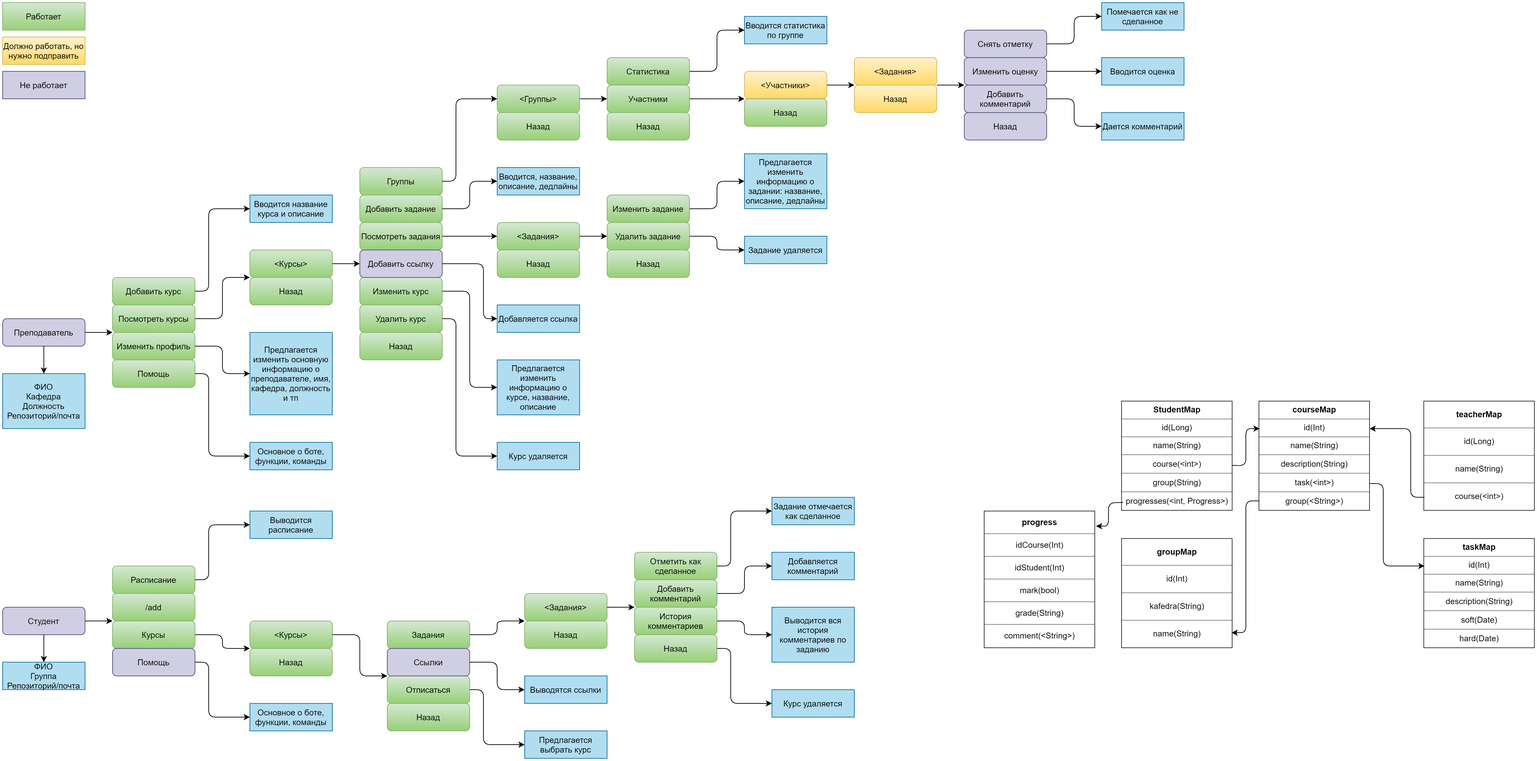
This is Diagram.png from AtmirKetbiev/DiaryBot, a draw.io export, as it was before one commit. Source tidied: cells renumbered, new cells last; positions are measured from the earlier drawing's top-left corner, leaving out a move shared by most shapes.
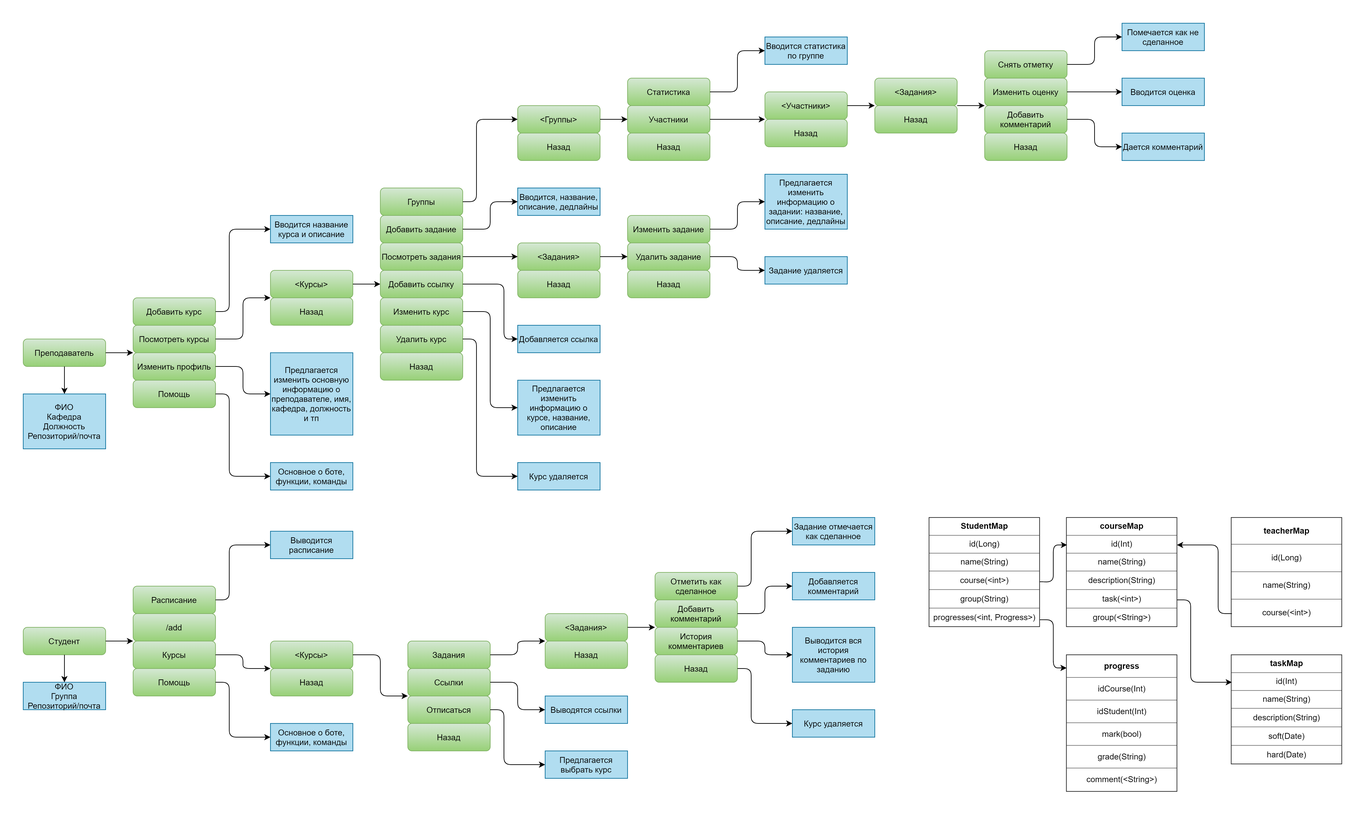
After the change.

The edit, as a diff of the source:
```diff
@@ -2,7 +2,7 @@
   <root>
     <mxCell id="0" />
     <mxCell id="1" parent="0" />
-    <mxCell id="2" value="Преподаватель" style="rounded=1;whiteSpace=wrap;html=1;fillColor=#d0cee2;strokeColor=#56517e;" parent="1" vertex="1">
+    <mxCell id="2" value="Преподаватель" style="rounded=1;whiteSpace=wrap;html=1;fillColor=#d5e8d4;strokeColor=#82b366;gradientColor=#97d077;" parent="1" vertex="1">
       <mxGeometry y="460" width="120" height="40" as="geometry" />
     </mxCell>
     <mxCell id="3" value="Добавить курс" style="rounded=1;whiteSpace=wrap;html=1;fillColor=#d5e8d4;strokeColor=#82b366;gradientColor=#97d077;" parent="1" vertex="1">
@@ -122,25 +122,25 @@
     <mxCell id="33" value="Статистика" style="rounded=1;whiteSpace=wrap;html=1;fillColor=#d5e8d4;strokeColor=#82b366;gradientColor=#97d077;" parent="1" vertex="1">
       <mxGeometry x="880" y="80" width="120" height="40" as="geometry" />
     </mxCell>
-    <mxCell id="34" value="&amp;lt;Участники&amp;gt;" style="rounded=1;whiteSpace=wrap;html=1;fillColor=#fff2cc;strokeColor=#d6b656;gradientColor=#ffd966;" parent="1" vertex="1">
+    <mxCell id="34" value="&amp;lt;Участники&amp;gt;" style="rounded=1;whiteSpace=wrap;html=1;fillColor=#d5e8d4;strokeColor=#82b366;gradientColor=#97d077;" parent="1" vertex="1">
       <mxGeometry x="1080" y="100" width="120" height="40" as="geometry" />
     </mxCell>
     <mxCell id="35" value="Назад" style="rounded=1;whiteSpace=wrap;html=1;fillColor=#d5e8d4;strokeColor=#82b366;gradientColor=#97d077;" parent="1" vertex="1">
       <mxGeometry x="1080" y="140" width="120" height="40" as="geometry" />
     </mxCell>
-    <mxCell id="36" value="&amp;lt;Задания&amp;gt;" style="rounded=1;whiteSpace=wrap;html=1;fillColor=#fff2cc;strokeColor=#d6b656;gradientColor=#ffd966;" parent="1" vertex="1">
+    <mxCell id="36" value="&amp;lt;Задания&amp;gt;" style="rounded=1;whiteSpace=wrap;html=1;fillColor=#d5e8d4;strokeColor=#82b366;gradientColor=#97d077;" parent="1" vertex="1">
       <mxGeometry x="1240" y="80" width="120" height="40" as="geometry" />
     </mxCell>
-    <mxCell id="37" value="Назад" style="rounded=1;whiteSpace=wrap;html=1;fillColor=#fff2cc;strokeColor=#d6b656;gradientColor=#ffd966;" parent="1" vertex="1">
+    <mxCell id="37" value="Назад" style="rounded=1;whiteSpace=wrap;html=1;fillColor=#d5e8d4;strokeColor=#82b366;gradientColor=#97d077;" parent="1" vertex="1">
       <mxGeometry x="1240" y="120" width="120" height="40" as="geometry" />
     </mxCell>
-    <mxCell id="38" value="Изменить оценку" style="rounded=1;whiteSpace=wrap;html=1;fillColor=#d0cee2;strokeColor=#56517e;" parent="1" vertex="1">
+    <mxCell id="38" value="Изменить оценку" style="rounded=1;whiteSpace=wrap;html=1;fillColor=#d5e8d4;strokeColor=#82b366;gradientColor=#97d077;" parent="1" vertex="1">
       <mxGeometry x="1400" y="80" width="120" height="40" as="geometry" />
     </mxCell>
-    <mxCell id="39" value="Назад" style="rounded=1;whiteSpace=wrap;html=1;fillColor=#d0cee2;strokeColor=#56517e;" parent="1" vertex="1">
+    <mxCell id="39" value="Назад" style="rounded=1;whiteSpace=wrap;html=1;fillColor=#d5e8d4;strokeColor=#82b366;gradientColor=#97d077;" parent="1" vertex="1">
       <mxGeometry x="1400" y="160" width="120" height="40" as="geometry" />
     </mxCell>
-    <mxCell id="40" value="Добавить комментарий" style="rounded=1;whiteSpace=wrap;html=1;fillColor=#d0cee2;strokeColor=#56517e;" parent="1" vertex="1">
+    <mxCell id="40" value="Добавить комментарий" style="rounded=1;whiteSpace=wrap;html=1;fillColor=#d5e8d4;strokeColor=#82b366;gradientColor=#97d077;" parent="1" vertex="1">
       <mxGeometry x="1400" y="120" width="120" height="40" as="geometry" />
     </mxCell>
     <mxCell id="41" value="Вводится статистика по группе" style="rounded=0;whiteSpace=wrap;html=1;fillColor=#b1ddf0;strokeColor=#10739e;" parent="1" vertex="1">
@@ -249,10 +249,10 @@
         </Array>
       </mxGeometry>
     </mxCell>
-    <mxCell id="63" value="Студент" style="rounded=1;whiteSpace=wrap;html=1;fillColor=#d0cee2;strokeColor=#56517e;" parent="1" vertex="1">
+    <mxCell id="63" value="Студент" style="rounded=1;whiteSpace=wrap;html=1;fillColor=#d5e8d4;strokeColor=#82b366;gradientColor=#97d077;" parent="1" vertex="1">
       <mxGeometry y="880" width="120" height="40" as="geometry" />
     </mxCell>
-    <mxCell id="64" value="Добавить ссылку" style="rounded=1;whiteSpace=wrap;html=1;fillColor=#d0cee2;strokeColor=#56517e;" parent="1" vertex="1">
+    <mxCell id="64" value="Добавить ссылку" style="rounded=1;whiteSpace=wrap;html=1;fillColor=#d5e8d4;strokeColor=#82b366;gradientColor=#97d077;" parent="1" vertex="1">
       <mxGeometry x="520" y="360" width="120" height="40" as="geometry" />
     </mxCell>
     <mxCell id="65" value="ФИО&lt;br&gt;Кафедра&lt;br&gt;Должность&lt;br&gt;Репозиторий/почта" style="rounded=0;whiteSpace=wrap;html=1;fillColor=#b1ddf0;strokeColor=#10739e;" parent="1" vertex="1">
@@ -276,7 +276,7 @@
     <mxCell id="71" value="/add" style="rounded=1;whiteSpace=wrap;html=1;fillColor=#d5e8d4;strokeColor=#82b366;gradientColor=#97d077;" parent="1" vertex="1">
       <mxGeometry x="160" y="860" width="120" height="40" as="geometry" />
     </mxCell>
-    <mxCell id="72" value="Помощь" style="rounded=1;whiteSpace=wrap;html=1;fillColor=#d0cee2;strokeColor=#56517e;" parent="1" vertex="1">
+    <mxCell id="72" value="Помощь" style="rounded=1;whiteSpace=wrap;html=1;fillColor=#d5e8d4;strokeColor=#82b366;gradientColor=#97d077;" parent="1" vertex="1">
       <mxGeometry x="160" y="940" width="120" height="40" as="geometry" />
     </mxCell>
     <mxCell id="73" value="Выводится расписание" style="rounded=0;whiteSpace=wrap;html=1;fillColor=#b1ddf0;strokeColor=#10739e;" parent="1" vertex="1">
@@ -297,7 +297,7 @@
     <mxCell id="78" value="Назад" style="rounded=1;whiteSpace=wrap;html=1;fillColor=#d5e8d4;strokeColor=#82b366;gradientColor=#97d077;" parent="1" vertex="1">
       <mxGeometry x="560" y="1020" width="120" height="40" as="geometry" />
     </mxCell>
-    <mxCell id="79" value="Ссылки" style="rounded=1;whiteSpace=wrap;html=1;fontStyle=0;fillColor=#d0cee2;strokeColor=#56517e;" parent="1" vertex="1">
+    <mxCell id="79" value="Ссылки" style="rounded=1;whiteSpace=wrap;html=1;fontStyle=0;fillColor=#d5e8d4;strokeColor=#82b366;gradientColor=#97d077;" parent="1" vertex="1">
       <mxGeometry x="560" y="940" width="120" height="40" as="geometry" />
     </mxCell>
     <mxCell id="80" value="Основное о боте, функции, команды" style="rounded=0;whiteSpace=wrap;html=1;fillColor=#b1ddf0;strokeColor=#10739e;" parent="1" vertex="1">
@@ -404,7 +404,7 @@
     <mxCell id="101" value="Курс удаляется" style="rounded=0;whiteSpace=wrap;html=1;fillColor=#b1ddf0;strokeColor=#10739e;" parent="1" vertex="1">
       <mxGeometry x="1120" y="1000" width="120" height="40" as="geometry" />
     </mxCell>
-    <mxCell id="102" value="Снять отметку" style="rounded=1;whiteSpace=wrap;html=1;fillColor=#d0cee2;strokeColor=#56517e;" parent="1" vertex="1">
+    <mxCell id="102" value="Снять отметку" style="rounded=1;whiteSpace=wrap;html=1;fillColor=#d5e8d4;strokeColor=#82b366;gradientColor=#97d077;" parent="1" vertex="1">
       <mxGeometry x="1400" y="40" width="120" height="40" as="geometry" />
     </mxCell>
     <mxCell id="103" value="Помечается как не сделанное" style="rounded=0;whiteSpace=wrap;html=1;fillColor=#b1ddf0;strokeColor=#10739e;" parent="1" vertex="1">
@@ -464,70 +464,50 @@
         </Array>
       </mxGeometry>
     </mxCell>
-    <mxCell id="112" value="Работает" style="rounded=0;whiteSpace=wrap;html=1;gradientColor=#97d077;fillColor=#d5e8d4;strokeColor=#82b366;" parent="1" vertex="1">
-      <mxGeometry width="120" height="40" as="geometry" />
-    </mxCell>
-    <mxCell id="113" value="Должно работать, но нужно подправить" style="rounded=0;whiteSpace=wrap;html=1;gradientColor=#ffd966;fillColor=#fff2cc;strokeColor=#d6b656;" parent="1" vertex="1">
-      <mxGeometry y="50" width="120" height="40" as="geometry" />
-    </mxCell>
-    <mxCell id="114" value="Не работает" style="rounded=0;whiteSpace=wrap;html=1;fillColor=#d0cee2;strokeColor=#56517e;" parent="1" vertex="1">
-      <mxGeometry y="100" width="120" height="40" as="geometry" />
-    </mxCell>
     <mxCell id="115" value="&lt;table border=&quot;1&quot; width=&quot;100%&quot; cellpadding=&quot;4&quot; style=&quot;width: 100% ; height: 100% ; border-collapse: collapse&quot;&gt;&lt;tbody&gt;&lt;tr&gt;&lt;th align=&quot;center&quot;&gt;&lt;b style=&quot;white-space: normal&quot;&gt;teacherMap&lt;/b&gt;&lt;br&gt;&lt;/th&gt;&lt;/tr&gt;&lt;tr&gt;&lt;td align=&quot;center&quot;&gt;&lt;div style=&quot;white-space: normal&quot;&gt;id(Long)&lt;/div&gt;&lt;/td&gt;&lt;/tr&gt;&lt;tr&gt;&lt;td align=&quot;center&quot;&gt;&lt;div style=&quot;white-space: normal&quot;&gt;&lt;div&gt;name(String)&lt;/div&gt;&lt;/div&gt;&lt;/td&gt;&lt;/tr&gt;&lt;tr&gt;&lt;td&gt;&lt;span style=&quot;white-space: normal&quot;&gt;course(&amp;lt;int&amp;gt;)&lt;/span&gt;&lt;br&gt;&lt;/td&gt;&lt;/tr&gt;&lt;/tbody&gt;&lt;/table&gt;" style="text;html=1;strokeColor=none;fillColor=none;overflow=fill;align=center;" parent="1" vertex="1">
-      <mxGeometry x="2070" y="580" width="160" height="160" as="geometry" />
+      <mxGeometry x="1760" y="720" width="160" height="160" as="geometry" />
     </mxCell>
     <mxCell id="116" value="&lt;table border=&quot;1&quot; width=&quot;100%&quot; cellpadding=&quot;4&quot; style=&quot;width: 100% ; height: 100% ; border-collapse: collapse&quot;&gt;&lt;tbody&gt;&lt;tr&gt;&lt;th align=&quot;center&quot;&gt;&lt;b style=&quot;white-space: normal&quot;&gt;StudentMap&lt;/b&gt;&lt;/th&gt;&lt;/tr&gt;&lt;tr&gt;&lt;td align=&quot;center&quot;&gt;&lt;div style=&quot;white-space: normal&quot;&gt;id(Long)&lt;/div&gt;&lt;/td&gt;&lt;/tr&gt;&lt;tr&gt;&lt;td align=&quot;center&quot;&gt;&lt;div style=&quot;white-space: normal&quot;&gt;&lt;div&gt;name(String)&lt;/div&gt;&lt;/div&gt;&lt;/td&gt;&lt;/tr&gt;&lt;tr&gt;&lt;td&gt;&lt;div style=&quot;white-space: normal&quot;&gt;&lt;span&gt;course(&amp;lt;int&amp;gt;)&lt;/span&gt;&lt;br&gt;&lt;/div&gt;&lt;/td&gt;&lt;/tr&gt;&lt;tr&gt;&lt;td&gt;&lt;span style=&quot;white-space: normal&quot;&gt;group(String)&lt;/span&gt;&lt;/td&gt;&lt;/tr&gt;&lt;tr&gt;&lt;td&gt;&lt;span style=&quot;white-space: normal&quot;&gt;progresses(&amp;lt;int, Progress&amp;gt;)&lt;/span&gt;&lt;br&gt;&lt;/td&gt;&lt;/tr&gt;&lt;/tbody&gt;&lt;/table&gt;" style="text;html=1;strokeColor=none;fillColor=none;overflow=fill;align=center;" parent="1" vertex="1">
-      <mxGeometry x="1630" y="580" width="160" height="160" as="geometry" />
+      <mxGeometry x="1320" y="720" width="160" height="160" as="geometry" />
     </mxCell>
     <mxCell id="117" value="&lt;table border=&quot;1&quot; width=&quot;100%&quot; cellpadding=&quot;4&quot; style=&quot;width: 100% ; height: 100% ; border-collapse: collapse&quot;&gt;&lt;tbody&gt;&lt;tr&gt;&lt;th align=&quot;center&quot;&gt;&lt;b style=&quot;white-space: normal&quot;&gt;courseMap&lt;/b&gt;&lt;br&gt;&lt;/th&gt;&lt;/tr&gt;&lt;tr&gt;&lt;td align=&quot;center&quot;&gt;&lt;div style=&quot;white-space: normal&quot;&gt;id(Int)&lt;/div&gt;&lt;/td&gt;&lt;/tr&gt;&lt;tr&gt;&lt;td align=&quot;center&quot;&gt;&lt;div style=&quot;white-space: normal&quot;&gt;&lt;div&gt;name(String)&lt;/div&gt;&lt;/div&gt;&lt;/td&gt;&lt;/tr&gt;&lt;tr&gt;&lt;td&gt;&lt;div style=&quot;white-space: normal&quot;&gt;&lt;span style=&quot;white-space: nowrap&quot;&gt;description(String)&lt;/span&gt;&lt;/div&gt;&lt;/td&gt;&lt;/tr&gt;&lt;tr&gt;&lt;td&gt;&lt;span style=&quot;white-space: normal&quot;&gt;task(&amp;lt;int&amp;gt;)&lt;/span&gt;&lt;br style=&quot;white-space: normal&quot;&gt;&lt;/td&gt;&lt;/tr&gt;&lt;tr&gt;&lt;td&gt;&lt;span style=&quot;white-space: normal&quot;&gt;group(&amp;lt;String&amp;gt;)&lt;/span&gt;&lt;br&gt;&lt;/td&gt;&lt;/tr&gt;&lt;/tbody&gt;&lt;/table&gt;" style="text;html=1;strokeColor=none;fillColor=none;overflow=fill;align=center;" parent="1" vertex="1">
-      <mxGeometry x="1830" y="580" width="160" height="160" as="geometry" />
+      <mxGeometry x="1520" y="720" width="160" height="160" as="geometry" />
     </mxCell>
     <mxCell id="118" value="&lt;table border=&quot;1&quot; width=&quot;100%&quot; cellpadding=&quot;4&quot; style=&quot;width: 100% ; height: 100% ; border-collapse: collapse&quot;&gt;&lt;tbody&gt;&lt;tr&gt;&lt;th align=&quot;center&quot;&gt;&lt;b style=&quot;white-space: normal&quot;&gt;taskMap&lt;/b&gt;&lt;br&gt;&lt;/th&gt;&lt;/tr&gt;&lt;tr&gt;&lt;td align=&quot;center&quot;&gt;&lt;div style=&quot;white-space: normal&quot;&gt;id(Int)&lt;/div&gt;&lt;/td&gt;&lt;/tr&gt;&lt;tr&gt;&lt;td align=&quot;center&quot;&gt;&lt;div style=&quot;white-space: normal&quot;&gt;&lt;div&gt;name(String)&lt;/div&gt;&lt;/div&gt;&lt;/td&gt;&lt;/tr&gt;&lt;tr&gt;&lt;td&gt;&lt;div style=&quot;white-space: normal&quot;&gt;&lt;span style=&quot;white-space: nowrap&quot;&gt;description(String)&lt;/span&gt;&lt;/div&gt;&lt;/td&gt;&lt;/tr&gt;&lt;tr&gt;&lt;td&gt;&lt;span style=&quot;white-space: normal&quot;&gt;soft(Date)&lt;/span&gt;&lt;br style=&quot;white-space: normal&quot;&gt;&lt;/td&gt;&lt;/tr&gt;&lt;tr&gt;&lt;td&gt;&lt;span style=&quot;white-space: normal&quot;&gt;hard(Date)&lt;/span&gt;&lt;br&gt;&lt;/td&gt;&lt;/tr&gt;&lt;/tbody&gt;&lt;/table&gt;" style="text;html=1;strokeColor=none;fillColor=none;overflow=fill;align=center;" parent="1" vertex="1">
-      <mxGeometry x="2070" y="780" width="160" height="160" as="geometry" />
+      <mxGeometry x="1760" y="920" width="160" height="160" as="geometry" />
     </mxCell>
     <mxCell id="119" value="&lt;table border=&quot;1&quot; width=&quot;100%&quot; cellpadding=&quot;4&quot; style=&quot;width: 100% ; height: 100% ; border-collapse: collapse&quot;&gt;&lt;tbody&gt;&lt;tr&gt;&lt;th align=&quot;center&quot;&gt;&lt;b style=&quot;white-space: normal&quot;&gt;progress&lt;/b&gt;&lt;br&gt;&lt;/th&gt;&lt;/tr&gt;&lt;tr&gt;&lt;td align=&quot;center&quot;&gt;&lt;div style=&quot;white-space: normal&quot;&gt;&lt;div&gt;idCourse(Int)&lt;/div&gt;&lt;/div&gt;&lt;/td&gt;&lt;/tr&gt;&lt;tr&gt;&lt;td&gt;&lt;div style=&quot;white-space: normal&quot;&gt;&lt;span style=&quot;white-space: nowrap&quot;&gt;idStudent(Int)&lt;/span&gt;&lt;/div&gt;&lt;/td&gt;&lt;/tr&gt;&lt;tr&gt;&lt;td&gt;&lt;span style=&quot;white-space: normal&quot;&gt;mark(bool)&lt;/span&gt;&lt;br style=&quot;white-space: normal&quot;&gt;&lt;/td&gt;&lt;/tr&gt;&lt;tr&gt;&lt;td&gt;&lt;span style=&quot;white-space: normal&quot;&gt;grade(String)&lt;/span&gt;&lt;br&gt;&lt;/td&gt;&lt;/tr&gt;&lt;tr&gt;&lt;td&gt;comment(&amp;lt;String&amp;gt;)&lt;/td&gt;&lt;/tr&gt;&lt;/tbody&gt;&lt;/table&gt;" style="text;html=1;strokeColor=none;fillColor=none;overflow=fill;align=center;" parent="1" vertex="1">
-      <mxGeometry x="1430" y="740" width="160" height="200" as="geometry" />
+      <mxGeometry x="1520" y="920" width="160" height="200" as="geometry" />
     </mxCell>
-    <mxCell id="120" value="&lt;table border=&quot;1&quot; width=&quot;100%&quot; cellpadding=&quot;4&quot; style=&quot;width: 100% ; height: 100% ; border-collapse: collapse&quot;&gt;&lt;tbody&gt;&lt;tr&gt;&lt;th align=&quot;center&quot;&gt;&lt;b style=&quot;white-space: normal&quot;&gt;groupMap&lt;/b&gt;&lt;br&gt;&lt;/th&gt;&lt;/tr&gt;&lt;tr&gt;&lt;td align=&quot;center&quot;&gt;&lt;div style=&quot;white-space: normal&quot;&gt;id(Int)&lt;/div&gt;&lt;/td&gt;&lt;/tr&gt;&lt;tr&gt;&lt;td align=&quot;center&quot;&gt;&lt;div style=&quot;white-space: normal&quot;&gt;&lt;div&gt;kafedra(String)&lt;/div&gt;&lt;/div&gt;&lt;/td&gt;&lt;/tr&gt;&lt;tr&gt;&lt;td&gt;&lt;span style=&quot;white-space: normal&quot;&gt;name(&lt;/span&gt;String)&lt;span style=&quot;white-space: normal&quot;&gt;&lt;br&gt;&lt;/span&gt;&lt;/td&gt;&lt;/tr&gt;&lt;/tbody&gt;&lt;/table&gt;" style="text;html=1;strokeColor=none;fillColor=none;overflow=fill;align=center;" parent="1" vertex="1">
-      <mxGeometry x="1630" y="780" width="160" height="160" as="geometry" />
-    </mxCell>
     <mxCell id="121" style="endArrow=classic;html=1;entryX=0;entryY=0.25;entryDx=0;entryDy=0;exitX=1;exitY=0.75;exitDx=0;exitDy=0;" parent="1" edge="1" source="117" target="118">
       <mxGeometry relative="1" as="geometry">
         <Array as="points">
-          <mxPoint x="2010" y="700" />
-          <mxPoint x="2010" y="820" />
+          <mxPoint x="1700" y="840" />
+          <mxPoint x="1700" y="960" />
         </Array>
       </mxGeometry>
     </mxCell>
-    <mxCell id="122" style="endArrow=classic;html=1;exitX=-0.002;exitY=0.908;exitDx=0;exitDy=0;exitPerimeter=0;entryX=0.994;entryY=0.857;entryDx=0;entryDy=0;entryPerimeter=0;" parent="1" edge="1" source="117" target="120">
-      <mxGeometry relative="1" as="geometry">
-        <Array as="points">
-          <mxPoint x="1810" y="725" />
-          <mxPoint x="1810" y="917" />
-        </Array>
-      </mxGeometry>
-    </mxCell>
     <mxCell id="123" style="endArrow=classic;html=1;entryX=0;entryY=0.25;entryDx=0;entryDy=0;exitX=1.002;exitY=0.585;exitDx=0;exitDy=0;exitPerimeter=0;" parent="1" edge="1" source="116" target="117">
       <mxGeometry relative="1" as="geometry">
         <Array as="points">
-          <mxPoint x="1810" y="674" />
-          <mxPoint x="1810" y="620" />
+          <mxPoint x="1500" y="814" />
+          <mxPoint x="1500" y="760" />
         </Array>
       </mxGeometry>
     </mxCell>
     <mxCell id="124" style="endArrow=classic;html=1;entryX=1;entryY=0.25;entryDx=0;entryDy=0;exitX=0;exitY=0.875;exitDx=0;exitDy=0;exitPerimeter=0;" parent="1" edge="1" source="115" target="117">
       <mxGeometry relative="1" as="geometry">
         <Array as="points">
-          <mxPoint x="2050" y="720" />
-          <mxPoint x="2050" y="620" />
+          <mxPoint x="1740" y="860" />
+          <mxPoint x="1740" y="760" />
         </Array>
       </mxGeometry>
     </mxCell>
-    <mxCell id="125" style="endArrow=classic;html=1;exitX=0.007;exitY=0.922;exitDx=0;exitDy=0;exitPerimeter=0;entryX=1.011;entryY=0.11;entryDx=0;entryDy=0;entryPerimeter=0;" parent="1" edge="1" source="116" target="119">
+    <mxCell id="125" style="endArrow=classic;html=1;entryX=-0.004;entryY=0.096;entryDx=0;entryDy=0;entryPerimeter=0;exitX=1.003;exitY=0.931;exitDx=0;exitDy=0;exitPerimeter=0;" parent="1" edge="1" source="116" target="119">
       <mxGeometry relative="1" as="geometry">
         <Array as="points">
-          <mxPoint x="1610" y="728" />
-          <mxPoint x="1610" y="762" />
+          <mxPoint x="1500" y="869" />
+          <mxPoint x="1500" y="939" />
         </Array>
       </mxGeometry>
     </mxCell>
```
